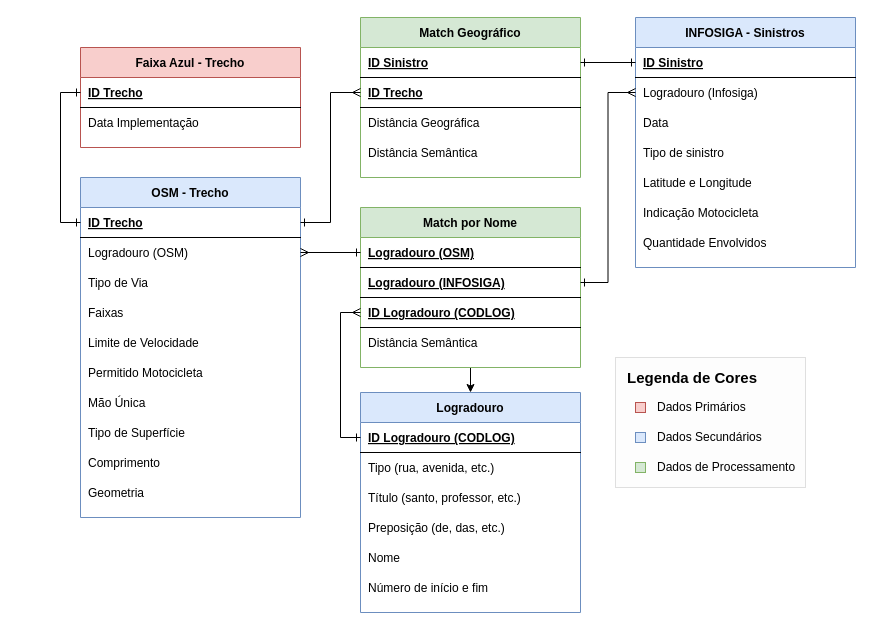
Earlier version of the draw.io diagram auxiliares/diagramaER.drawio (gustavo-tm/faixa-azul). Source tidied: cells renumbered, new cells numbered last; positions are measured from the earlier drawing's top-left corner, leaving out a move shared by most shapes. Both pictures are drawn from the tidied source at 100%, with x=0, y=0 at pixel (80, 17).
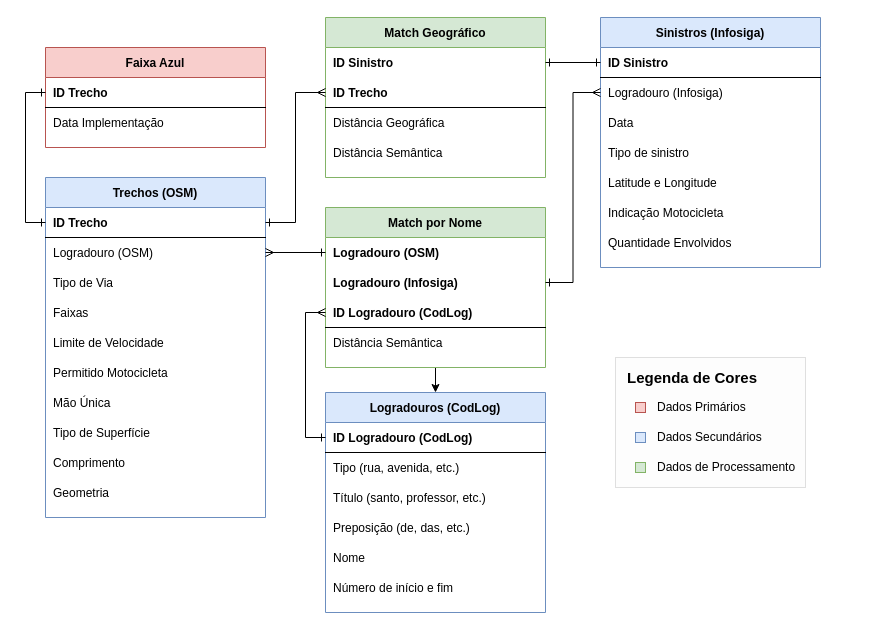
The same page after the edit.

Unchanged cells that the change refers to:
```xml
<mxCell id="4" style="shape=partialRectangle;fillColor=none;points=[[0,0.5],[1,0.5]];portConstraint=eastwest;top=0;left=0;right=0;bottom=1;" parent="3" vertex="1">
  <mxGeometry y="30" width="220" height="30" as="geometry" />
</mxCell>
<mxCell id="19" style="shape=partialRectangle;fillColor=none;points=[[0,0.5],[1,0.5]];portConstraint=eastwest;top=0;left=0;right=0;bottom=1;" parent="18" vertex="1">
  <mxGeometry y="30" width="220" height="30" as="geometry" />
</mxCell>
<mxCell id="42" style="shape=partialRectangle;fillColor=none;points=[[0,0.5],[1,0.5]];portConstraint=eastwest;top=0;left=0;right=0;bottom=1;" parent="39" vertex="1">
  <mxGeometry y="60" width="220" height="30" as="geometry" />
</mxCell>
<mxCell id="49" style="shape=partialRectangle;fillColor=none;points=[[0,0.5],[1,0.5]];portConstraint=eastwest;top=0;left=0;right=0;bottom=1;" parent="48" vertex="1">
  <mxGeometry y="30" width="220" height="30" as="geometry" />
</mxCell>
<mxCell id="59" style="shape=partialRectangle;fillColor=none;points=[[0,0.5],[1,0.5]];portConstraint=eastwest;top=0;left=0;right=0;bottom=1;" parent="54" vertex="1">
  <mxGeometry y="90" width="220" height="30" as="geometry" />
</mxCell>
<mxCell id="76" style="shape=partialRectangle;fillColor=none;points=[[0,0.5],[1,0.5]];portConstraint=eastwest;top=0;left=0;right=0;bottom=1;" parent="75" vertex="1">
  <mxGeometry y="30" width="220" height="30" as="geometry" />
</mxCell>
```

The edit, as a diff of the source:
```diff
@@
-    <mxCell id="3" value="INFOSIGA - Sinistros" style="shape=table;startSize=30;childLayout=tableLayout;rowLines=0;fontStyle=1;align=center;fillColor=#dae8fc;strokeColor=#6c8ebf;" parent="1" vertex="1">
-      <mxGeometry x="555" width="220" height="250" as="geometry" />
+    <mxCell id="3" value="Sinistros (Infosiga)" style="shape=table;startSize=30;childLayout=tableLayout;rowLines=0;fontStyle=1;align=center;fillColor=#dae8fc;strokeColor=#6c8ebf;" parent="1" vertex="1">
+      <mxGeometry x="520" width="220" height="250" as="geometry" />
     </mxCell>
@@
-    <mxCell id="5" value="ID Sinistro" style="shape=partialRectangle;overflow=hidden;fillColor=none;top=0;left=0;bottom=0;right=0;align=left;spacingLeft=6;fontStyle=5;" parent="4" vertex="1">
+    <mxCell id="5" value="ID Sinistro" style="shape=partialRectangle;overflow=hidden;fillColor=none;top=0;left=0;bottom=0;right=0;align=left;spacingLeft=6;fontStyle=1;" parent="4" vertex="1">
       <mxGeometry width="220" height="30" as="geometry" />
     </mxCell>
@@
-    <mxCell id="18" value="OSM - Trecho" style="shape=table;startSize=30;childLayout=tableLayout;rowLines=0;fontStyle=1;align=center;fillColor=#dae8fc;strokeColor=#6c8ebf;" parent="1" vertex="1">
-      <mxGeometry y="160" width="220" height="340" as="geometry" />
+    <mxCell id="18" value="Trechos (OSM)" style="shape=table;startSize=30;childLayout=tableLayout;rowLines=0;fontStyle=1;align=center;fillColor=#dae8fc;strokeColor=#6c8ebf;" parent="1" vertex="1">
+      <mxGeometry x="-35" y="160" width="220" height="340" as="geometry" />
     </mxCell>
@@
-    <mxCell id="20" value="ID Trecho" style="shape=partialRectangle;overflow=hidden;fillColor=none;top=0;left=0;bottom=0;right=0;align=left;spacingLeft=6;fontStyle=5;" parent="19" vertex="1">
+    <mxCell id="20" value="ID Trecho" style="shape=partialRectangle;overflow=hidden;fillColor=none;top=0;left=0;bottom=0;right=0;align=left;spacingLeft=6;fontStyle=1;" parent="19" vertex="1">
       <mxGeometry width="220" height="30" as="geometry" />
     </mxCell>
@@
     <mxCell id="39" value="Match Geográfico" style="shape=table;startSize=30;childLayout=tableLayout;rowLines=0;fontStyle=1;align=center;fillColor=#d5e8d4;strokeColor=#82b366;" parent="1" vertex="1">
-      <mxGeometry x="280" width="220" height="160" as="geometry" />
+      <mxGeometry x="245" width="220" height="160" as="geometry" />
     </mxCell>
-    <mxCell id="40" style="shape=partialRectangle;fillColor=none;points=[[0,0.5],[1,0.5]];portConstraint=eastwest;top=0;left=0;right=0;bottom=1;" parent="39" vertex="1">
+    <mxCell id="40" style="shape=partialRectangle;fillColor=none;points=[[0,0.5],[1,0.5]];portConstraint=eastwest;top=0;left=0;right=0;bottom=0;" parent="39" vertex="1">
       <mxGeometry y="30" width="220" height="30" as="geometry" />
     </mxCell>
-    <mxCell id="41" value="ID Sinistro" style="shape=partialRectangle;overflow=hidden;fillColor=none;top=0;left=0;bottom=0;right=0;align=left;spacingLeft=6;fontStyle=5;" parent="40" vertex="1">
+    <mxCell id="41" value="ID Sinistro" style="shape=partialRectangle;overflow=hidden;fillColor=none;top=0;left=0;bottom=0;right=0;align=left;spacingLeft=6;fontStyle=1;" parent="40" vertex="1">
       <mxGeometry width="220" height="30" as="geometry" />
     </mxCell>
@@
-    <mxCell id="43" value="ID Trecho" style="shape=partialRectangle;overflow=hidden;fillColor=none;top=0;left=0;bottom=0;right=0;align=left;spacingLeft=6;fontStyle=5;" parent="42" vertex="1">
+    <mxCell id="43" value="ID Trecho" style="shape=partialRectangle;overflow=hidden;fillColor=none;top=0;left=0;bottom=0;right=0;align=left;spacingLeft=6;fontStyle=1;" parent="42" vertex="1">
       <mxGeometry width="220" height="30" as="geometry" />
     </mxCell>
@@
-    <mxCell id="48" value="Faixa Azul - Trecho" style="shape=table;startSize=30;childLayout=tableLayout;rowLines=0;fontStyle=1;align=center;fillColor=#f8cecc;strokeColor=#b85450;" parent="1" vertex="1">
-      <mxGeometry y="30" width="220" height="100" as="geometry" />
+    <mxCell id="48" value="Faixa Azul" style="shape=table;startSize=30;childLayout=tableLayout;rowLines=0;fontStyle=1;align=center;fillColor=#f8cecc;strokeColor=#b85450;" parent="1" vertex="1">
+      <mxGeometry x="-35" y="30" width="220" height="100" as="geometry" />
     </mxCell>
@@
-    <mxCell id="50" value="ID Trecho" style="shape=partialRectangle;overflow=hidden;fillColor=none;top=0;left=0;bottom=0;right=0;align=left;spacingLeft=6;fontStyle=5;" parent="49" vertex="1">
+    <mxCell id="50" value="ID Trecho" style="shape=partialRectangle;overflow=hidden;fillColor=none;top=0;left=0;bottom=0;right=0;align=left;spacingLeft=6;fontStyle=1;" parent="49" vertex="1">
       <mxGeometry width="220" height="30" as="geometry" />
     </mxCell>
@@
     <mxCell id="54" value="Match por Nome" style="shape=table;startSize=30;childLayout=tableLayout;rowLines=0;fontStyle=1;align=center;fillColor=#d5e8d4;strokeColor=#82b366;" parent="1" vertex="1">
-      <mxGeometry x="280" y="190" width="220" height="160" as="geometry" />
+      <mxGeometry x="245" y="190" width="220" height="160" as="geometry" />
     </mxCell>
-    <mxCell id="55" style="shape=partialRectangle;fillColor=none;points=[[0,0.5],[1,0.5]];portConstraint=eastwest;top=0;left=0;right=0;bottom=1;" parent="54" vertex="1">
+    <mxCell id="55" style="shape=partialRectangle;fillColor=none;points=[[0,0.5],[1,0.5]];portConstraint=eastwest;top=0;left=0;right=0;bottom=0;" parent="54" vertex="1">
       <mxGeometry y="30" width="220" height="30" as="geometry" />
     </mxCell>
-    <mxCell id="56" value="Logradouro (OSM)" style="shape=partialRectangle;overflow=hidden;fillColor=none;top=0;left=0;bottom=0;right=0;align=left;spacingLeft=6;fontStyle=5;" parent="55" vertex="1">
+    <mxCell id="56" value="Logradouro (OSM)" style="shape=partialRectangle;overflow=hidden;fillColor=none;top=0;left=0;bottom=0;right=0;align=left;spacingLeft=6;fontStyle=1;" parent="55" vertex="1">
       <mxGeometry width="220" height="30" as="geometry" />
     </mxCell>
-    <mxCell id="57" style="shape=partialRectangle;fillColor=none;points=[[0,0.5],[1,0.5]];portConstraint=eastwest;top=0;left=0;right=0;bottom=1;" parent="54" vertex="1">
+    <mxCell id="57" style="shape=partialRectangle;fillColor=none;points=[[0,0.5],[1,0.5]];portConstraint=eastwest;top=0;left=0;right=0;bottom=0;" parent="54" vertex="1">
       <mxGeometry y="60" width="220" height="30" as="geometry" />
     </mxCell>
-    <mxCell id="58" value="Logradouro (INFOSIGA)" style="shape=partialRectangle;overflow=hidden;fillColor=none;top=0;left=0;bottom=0;right=0;align=left;spacingLeft=6;fontStyle=5;" parent="57" vertex="1">
+    <mxCell id="58" value="Logradouro (Infosiga)" style="shape=partialRectangle;overflow=hidden;fillColor=none;top=0;left=0;bottom=0;right=0;align=left;spacingLeft=6;fontStyle=1;" parent="57" vertex="1">
       <mxGeometry width="220" height="30" as="geometry" />
     </mxCell>
@@
-    <mxCell id="60" value="ID Logradouro (CODLOG)" style="shape=partialRectangle;overflow=hidden;fillColor=none;top=0;left=0;bottom=0;right=0;align=left;spacingLeft=6;fontStyle=5;" parent="59" vertex="1">
+    <mxCell id="60" value="ID Logradouro (CodLog)" style="shape=partialRectangle;overflow=hidden;fillColor=none;top=0;left=0;bottom=0;right=0;align=left;spacingLeft=6;fontStyle=1;" parent="59" vertex="1">
       <mxGeometry width="220" height="30" as="geometry" />
     </mxCell>
@@
-    <mxCell id="75" value="Logradouro" style="shape=table;startSize=30;childLayout=tableLayout;rowLines=0;fontStyle=1;align=center;fillColor=#dae8fc;strokeColor=#6c8ebf;" parent="1" vertex="1">
-      <mxGeometry x="280" y="375" width="220" height="220" as="geometry" />
+    <mxCell id="75" value="Logradouros (CodLog)" style="shape=table;startSize=30;childLayout=tableLayout;rowLines=0;fontStyle=1;align=center;fillColor=#dae8fc;strokeColor=#6c8ebf;" parent="1" vertex="1">
+      <mxGeometry x="245" y="375" width="220" height="220" as="geometry" />
     </mxCell>
@@
-    <mxCell id="77" value="ID Logradouro (CODLOG)" style="shape=partialRectangle;overflow=hidden;fillColor=none;top=0;left=0;bottom=0;right=0;align=left;spacingLeft=6;fontStyle=5;" parent="76" vertex="1">
+    <mxCell id="77" value="ID Logradouro (CodLog)" style="shape=partialRectangle;overflow=hidden;fillColor=none;top=0;left=0;bottom=0;right=0;align=left;spacingLeft=6;fontStyle=1;" parent="76" vertex="1">
       <mxGeometry width="220" height="30" as="geometry" />
     </mxCell>
```
